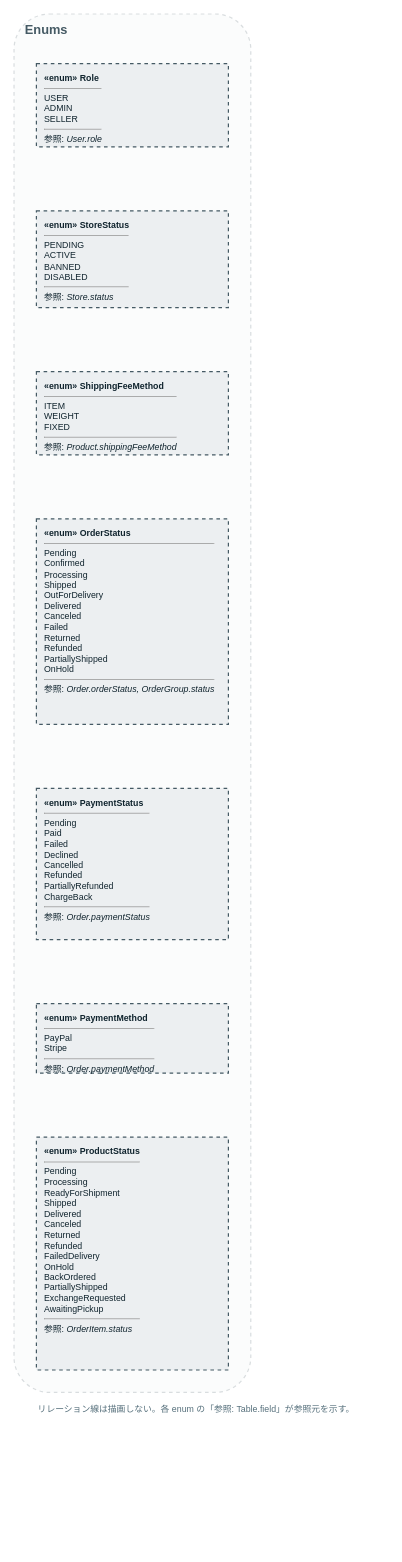
Before: page "8. Enums" (8 of 8) of docs/architecture/data-model.drawio in myoshi2891/Multi-Vendor-E-Commerce, a draw.io diagram. Source tidied: cells renumbered, new cells numbered last; positions are measured from the earlier drawing's top-left corner, leaving out a move shared by most shapes. Both pictures are drawn from the tidied source at 80%, with x=0, y=0 at pixel (14, 14).
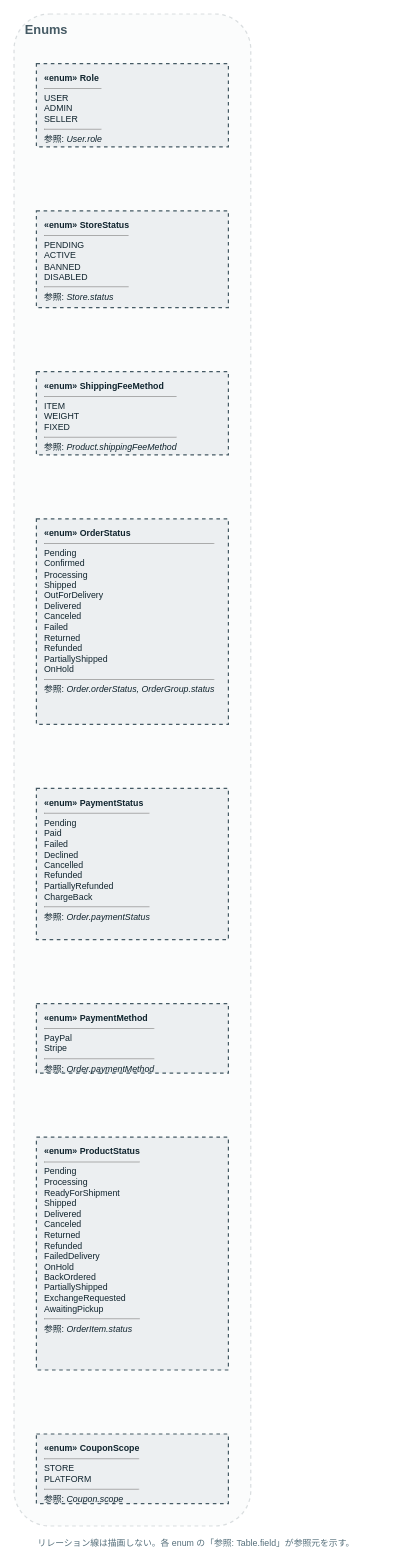
The same page after the edit.

Commit message (it also covers changes not shown here):
feat(db): add CouponScope enum and nullable Coupon.storeId, regenerate ERD

Diff of the diagram source:
```diff
@@
 <mxGraphModel>
   <root>
     <mxCell id="0" />
     <mxCell id="1" parent="0" />
     <mxCell id="2" style="rounded=1;fillColor=#ECEFF1;opacity=20;strokeColor=#455A64;dashed=1;strokeWidth=1.5;verticalAlign=top;" parent="1" vertex="1">
-      <mxGeometry width="296" height="1723" as="geometry" />
+      <mxGeometry width="296" height="1890" as="geometry" />
     </mxCell>
     <mxCell id="3" value="Enums" style="text;html=1;fontSize=16;fontStyle=1;fontColor=#455A64;align=left;verticalAlign=middle;" parent="1" vertex="1">
       <mxGeometry x="12" y="6" width="272" height="26" as="geometry" />
     </mxCell>
     <mxCell id="4" value="リレーション線は描画しない。各 enum の「参照: Table.field」が参照元を示す。" style="text;html=1;fontSize=11;fontColor=#546E7A;align=left;" parent="1" vertex="1">
-      <mxGeometry x="28" y="1731" width="440" height="20" as="geometry" />
+      <mxGeometry x="28" y="1898" width="440" height="20" as="geometry" />
     </mxCell>
     <mxCell id="5" value="&lt;b&gt;«enum» Role&lt;/b&gt;&lt;hr size=&quot;1&quot;/&gt;USER&lt;br/&gt;ADMIN&lt;br/&gt;SELLER&lt;hr size=&quot;1&quot;/&gt;参照: &lt;i&gt;User.role&lt;/i&gt;" style="rounded=2;whiteSpace=wrap;html=1;align=left;verticalAlign=top;spacingLeft=8;spacingTop=5;fillColor=#ECEFF1;strokeColor=#455A64;strokeWidth=1.5;fontSize=11;fontColor=#10242E;dashed=1;" parent="1" vertex="1">
       <mxGeometry x="28" y="62" width="240" height="104" as="geometry" />
     </mxCell>
     <mxCell id="6" value="&lt;b&gt;«enum» StoreStatus&lt;/b&gt;&lt;hr size=&quot;1&quot;/&gt;PENDING&lt;br/&gt;ACTIVE&lt;br/&gt;BANNED&lt;br/&gt;DISABLED&lt;hr size=&quot;1&quot;/&gt;参照: &lt;i&gt;Store.status&lt;/i&gt;" style="rounded=2;whiteSpace=wrap;html=1;align=left;verticalAlign=top;spacingLeft=8;spacingTop=5;fillColor=#ECEFF1;strokeColor=#455A64;strokeWidth=1.5;fontSize=11;fontColor=#10242E;dashed=1;" parent="1" vertex="1">
       <mxGeometry x="28" y="246" width="240" height="121" as="geometry" />
     </mxCell>
     <mxCell id="7" value="&lt;b&gt;«enum» ShippingFeeMethod&lt;/b&gt;&lt;hr size=&quot;1&quot;/&gt;ITEM&lt;br/&gt;WEIGHT&lt;br/&gt;FIXED&lt;hr size=&quot;1&quot;/&gt;参照: &lt;i&gt;Product.shippingFeeMethod&lt;/i&gt;" style="rounded=2;whiteSpace=wrap;html=1;align=left;verticalAlign=top;spacingLeft=8;spacingTop=5;fillColor=#ECEFF1;strokeColor=#455A64;strokeWidth=1.5;fontSize=11;fontColor=#10242E;dashed=1;" parent="1" vertex="1">
       <mxGeometry x="28" y="447" width="240" height="104" as="geometry" />
     </mxCell>
     <mxCell id="8" value="&lt;b&gt;«enum» OrderStatus&lt;/b&gt;&lt;hr size=&quot;1&quot;/&gt;Pending&lt;br/&gt;Confirmed&lt;br/&gt;Processing&lt;br/&gt;Shipped&lt;br/&gt;OutForDelivery&lt;br/&gt;Delivered&lt;br/&gt;Canceled&lt;br/&gt;Failed&lt;br/&gt;Returned&lt;br/&gt;Refunded&lt;br/&gt;PartiallyShipped&lt;br/&gt;OnHold&lt;hr size=&quot;1&quot;/&gt;参照: &lt;i&gt;Order.orderStatus, OrderGroup.status&lt;/i&gt;" style="rounded=2;whiteSpace=wrap;html=1;align=left;verticalAlign=top;spacingLeft=8;spacingTop=5;fillColor=#ECEFF1;strokeColor=#455A64;strokeWidth=1.5;fontSize=11;fontColor=#10242E;dashed=1;" parent="1" vertex="1">
       <mxGeometry x="28" y="631" width="240" height="257" as="geometry" />
     </mxCell>
     <mxCell id="9" value="&lt;b&gt;«enum» PaymentStatus&lt;/b&gt;&lt;hr size=&quot;1&quot;/&gt;Pending&lt;br/&gt;Paid&lt;br/&gt;Failed&lt;br/&gt;Declined&lt;br/&gt;Cancelled&lt;br/&gt;Refunded&lt;br/&gt;PartiallyRefunded&lt;br/&gt;ChargeBack&lt;hr size=&quot;1&quot;/&gt;参照: &lt;i&gt;Order.paymentStatus&lt;/i&gt;" style="rounded=2;whiteSpace=wrap;html=1;align=left;verticalAlign=top;spacingLeft=8;spacingTop=5;fillColor=#ECEFF1;strokeColor=#455A64;strokeWidth=1.5;fontSize=11;fontColor=#10242E;dashed=1;" parent="1" vertex="1">
       <mxGeometry x="28" y="968" width="240" height="189" as="geometry" />
     </mxCell>
     <mxCell id="10" value="&lt;b&gt;«enum» PaymentMethod&lt;/b&gt;&lt;hr size=&quot;1&quot;/&gt;PayPal&lt;br/&gt;Stripe&lt;hr size=&quot;1&quot;/&gt;参照: &lt;i&gt;Order.paymentMethod&lt;/i&gt;" style="rounded=2;whiteSpace=wrap;html=1;align=left;verticalAlign=top;spacingLeft=8;spacingTop=5;fillColor=#ECEFF1;strokeColor=#455A64;strokeWidth=1.5;fontSize=11;fontColor=#10242E;dashed=1;" parent="1" vertex="1">
       <mxGeometry x="28" y="1237" width="240" height="87" as="geometry" />
     </mxCell>
     <mxCell id="11" value="&lt;b&gt;«enum» ProductStatus&lt;/b&gt;&lt;hr size=&quot;1&quot;/&gt;Pending&lt;br/&gt;Processing&lt;br/&gt;ReadyForShipment&lt;br/&gt;Shipped&lt;br/&gt;Delivered&lt;br/&gt;Canceled&lt;br/&gt;Returned&lt;br/&gt;Refunded&lt;br/&gt;FailedDelivery&lt;br/&gt;OnHold&lt;br/&gt;BackOrdered&lt;br/&gt;PartiallyShipped&lt;br/&gt;ExchangeRequested&lt;br/&gt;AwaitingPickup&lt;hr size=&quot;1&quot;/&gt;参照: &lt;i&gt;OrderItem.status&lt;/i&gt;" style="rounded=2;whiteSpace=wrap;html=1;align=left;verticalAlign=top;spacingLeft=8;spacingTop=5;fillColor=#ECEFF1;strokeColor=#455A64;strokeWidth=1.5;fontSize=11;fontColor=#10242E;dashed=1;" parent="1" vertex="1">
       <mxGeometry x="28" y="1404" width="240" height="291" as="geometry" />
     </mxCell>
+    <mxCell id="12" value="&lt;b&gt;«enum» CouponScope&lt;/b&gt;&lt;hr size=&quot;1&quot;/&gt;STORE&lt;br/&gt;PLATFORM&lt;hr size=&quot;1&quot;/&gt;参照: &lt;i&gt;Coupon.scope&lt;/i&gt;" style="rounded=2;whiteSpace=wrap;html=1;align=left;verticalAlign=top;spacingLeft=8;spacingTop=5;fillColor=#ECEFF1;strokeColor=#455A64;strokeWidth=1.5;fontSize=11;fontColor=#10242E;dashed=1;" parent="1" vertex="1">
+      <mxGeometry x="28" y="1775" width="240" height="87" as="geometry" />
+    </mxCell>
   </root>
 </mxGraphModel>
```
